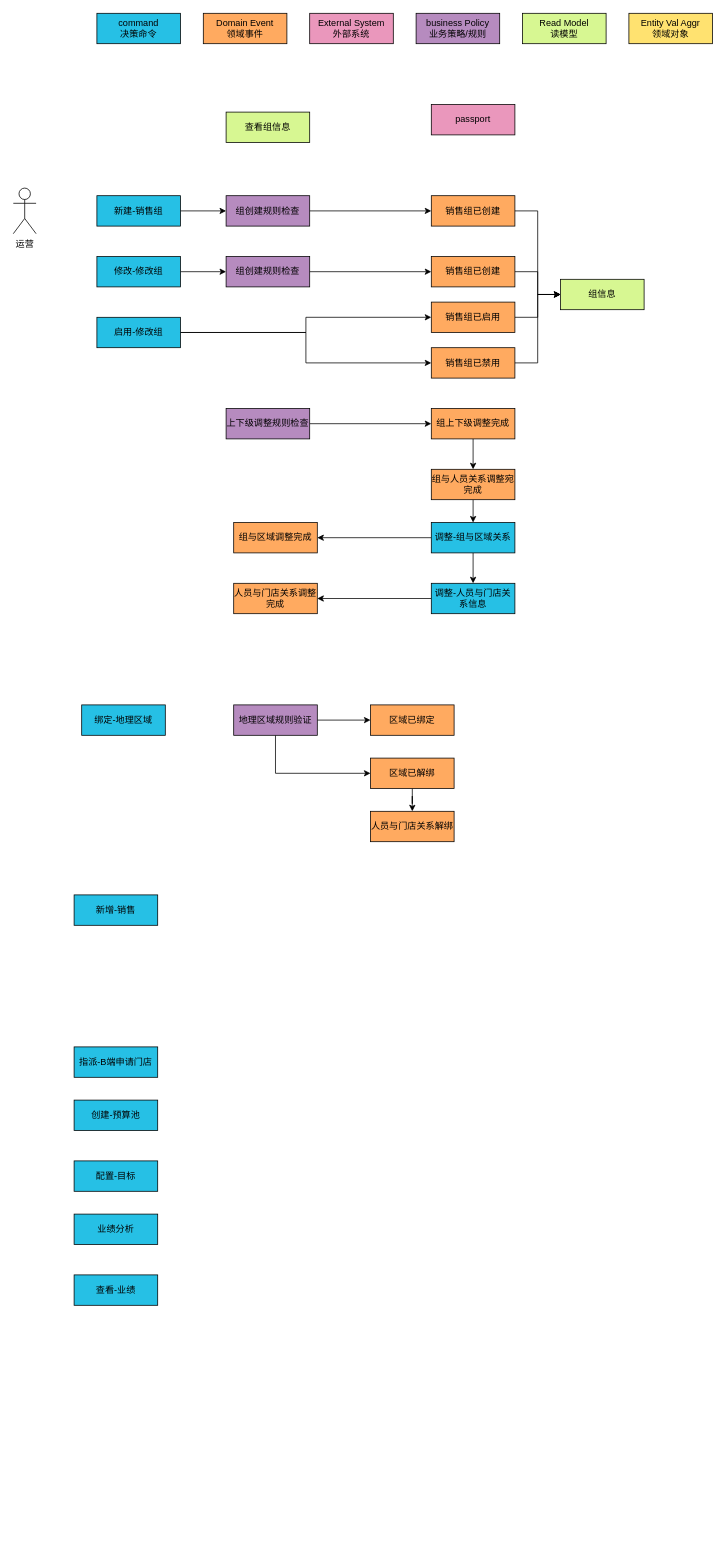
Before: 渠道-事件风暴.drawio in shixiaoding/draw, a draw.io diagram. Source tidied: cells renumbered, new cells numbered last; positions are measured from the earlier drawing's top-left corner, leaving out a move shared by most shapes. Both pictures are drawn from the tidied source at 76%, with x=0, y=0 at pixel (13, 13).
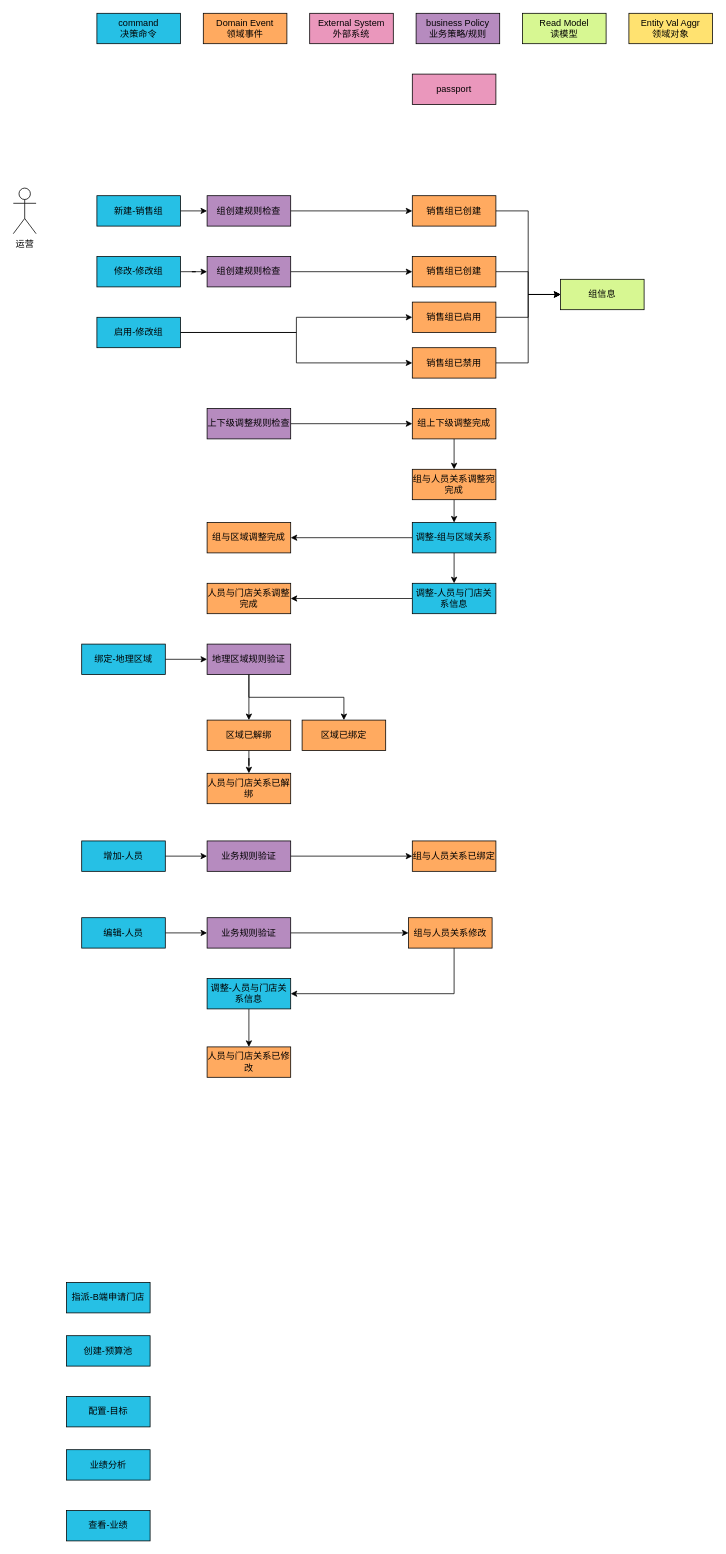
Above is the later version.

Commit message:
更新渠道-事件风暴.drawio

The edit, as a diff of the source:
```diff
@@
+    <mxCell id="58" style="edgeStyle=orthogonalEdgeStyle;rounded=0;jettySize=auto;html=1;entryX=0;entryY=0.5;entryDx=0;entryDy=0;" parent="1" edge="1" source="13" target="50">
+      <mxGeometry relative="1" as="geometry" />
+    </mxCell>
     <mxCell id="13" value="绑定-地理区域" style="rounded=0;whiteSpace=wrap;html=1;fillColor=#26C0E5;" parent="1" vertex="1">
-      <mxGeometry x="90" y="910" width="110" height="40" as="geometry" />
+      <mxGeometry x="90" y="830" width="110" height="40" as="geometry" />
     </mxCell>
+    <mxCell id="59" style="edgeStyle=orthogonalEdgeStyle;rounded=0;jettySize=auto;html=1;entryX=0;entryY=0.5;entryDx=0;entryDy=0;" parent="1" edge="1" source="14" target="61">
+      <mxGeometry relative="1" as="geometry" />
+    </mxCell>
-    <mxCell id="14" value="新增-销售" style="rounded=0;whiteSpace=wrap;html=1;fillColor=#26C0E5;" parent="1" vertex="1">
-      <mxGeometry x="80" y="1160" width="110" height="40" as="geometry" />
+    <mxCell id="14" value="增加-人员" style="rounded=0;whiteSpace=wrap;html=1;fillColor=#26C0E5;" parent="1" vertex="1">
+      <mxGeometry x="90" y="1089" width="110" height="40" as="geometry" />
     </mxCell>
     <mxCell id="15" value="创建-预算池" style="rounded=0;whiteSpace=wrap;html=1;fillColor=#26C0E5;" parent="1" vertex="1">
-      <mxGeometry x="80" y="1430" width="110" height="40" as="geometry" />
+      <mxGeometry x="70" y="1740" width="110" height="40" as="geometry" />
     </mxCell>
     <mxCell id="16" value="passport" style="rounded=0;whiteSpace=wrap;html=1;fillColor=#EA97BC;" parent="1" vertex="1">
-      <mxGeometry x="550" y="120" width="110" height="40" as="geometry" />
+      <mxGeometry x="525" y="80" width="110" height="40" as="geometry" />
     </mxCell>
@@
     <mxCell id="18" value="销售组已创建" style="rounded=0;whiteSpace=wrap;html=1;fillColor=#FFAA60;" parent="1" vertex="1">
-      <mxGeometry x="550" y="240" width="110" height="40" as="geometry" />
+      <mxGeometry x="525" y="240" width="110" height="40" as="geometry" />
     </mxCell>
     <mxCell id="19" value="指派-B端申请门店" style="rounded=0;whiteSpace=wrap;html=1;fillColor=#26C0E5;" parent="1" vertex="1">
-      <mxGeometry x="80" y="1360" width="110" height="40" as="geometry" />
+      <mxGeometry x="70" y="1670" width="110" height="40" as="geometry" />
     </mxCell>
     <mxCell id="20" value="配置-目标" style="rounded=0;whiteSpace=wrap;html=1;fillColor=#26C0E5;" parent="1" vertex="1">
-      <mxGeometry x="80" y="1510" width="110" height="40" as="geometry" />
+      <mxGeometry x="70" y="1820" width="110" height="40" as="geometry" />
     </mxCell>
     <mxCell id="21" value="业绩分析" style="rounded=0;whiteSpace=wrap;html=1;fillColor=#26C0E5;" parent="1" vertex="1">
-      <mxGeometry x="80" y="1580" width="110" height="40" as="geometry" />
+      <mxGeometry x="70" y="1890" width="110" height="40" as="geometry" />
     </mxCell>
     <mxCell id="22" value="查看-业绩" style="rounded=0;whiteSpace=wrap;html=1;fillColor=#26C0E5;" parent="1" vertex="1">
-      <mxGeometry x="80" y="1660" width="110" height="40" as="geometry" />
+      <mxGeometry x="70" y="1970" width="110" height="40" as="geometry" />
     </mxCell>
@@
     <mxCell id="24" value="组创建规则检查" style="rounded=0;whiteSpace=wrap;html=1;fillColor=#B68BBF;" parent="1" vertex="1">
-      <mxGeometry x="280" y="240" width="110" height="40" as="geometry" />
+      <mxGeometry x="255" y="240" width="110" height="40" as="geometry" />
     </mxCell>
-    <mxCell id="25" value="查看组信息" style="rounded=0;whiteSpace=wrap;html=1;fillColor=#D7F792;" parent="1" vertex="1">
-      <mxGeometry x="280" y="130" width="110" height="40" as="geometry" />
-    </mxCell>
@@
     <mxCell id="28" value="组创建规则检查" style="rounded=0;whiteSpace=wrap;html=1;fillColor=#B68BBF;" parent="1" vertex="1">
-      <mxGeometry x="280" y="320" width="110" height="40" as="geometry" />
+      <mxGeometry x="255" y="320" width="110" height="40" as="geometry" />
     </mxCell>
@@
     <mxCell id="30" value="销售组已启用" style="rounded=0;whiteSpace=wrap;html=1;fillColor=#FFAA60;" parent="1" vertex="1">
-      <mxGeometry x="550" y="380" width="110" height="40" as="geometry" />
+      <mxGeometry x="525" y="380" width="110" height="40" as="geometry" />
     </mxCell>
@@
     <mxCell id="32" value="销售组已禁用" style="rounded=0;whiteSpace=wrap;html=1;fillColor=#FFAA60;" parent="1" vertex="1">
-      <mxGeometry x="550" y="440" width="110" height="40" as="geometry" />
+      <mxGeometry x="525" y="440" width="110" height="40" as="geometry" />
     </mxCell>
@@
     <mxCell id="37" value="销售组已创建" style="rounded=0;whiteSpace=wrap;html=1;fillColor=#FFAA60;" parent="1" vertex="1">
-      <mxGeometry x="550" y="320" width="110" height="40" as="geometry" />
+      <mxGeometry x="525" y="320" width="110" height="40" as="geometry" />
     </mxCell>
@@
     <mxCell id="40" value="调整-组与区域关系" style="rounded=0;whiteSpace=wrap;html=1;fillColor=#26C0E5;" parent="1" vertex="1">
-      <mxGeometry x="550" y="670" width="110" height="40" as="geometry" />
+      <mxGeometry x="525" y="670" width="110" height="40" as="geometry" />
     </mxCell>
@@
     <mxCell id="42" value="上下级调整规则检查" style="rounded=0;whiteSpace=wrap;html=1;fillColor=#B68BBF;" parent="1" vertex="1">
-      <mxGeometry x="280" y="520" width="110" height="40" as="geometry" />
+      <mxGeometry x="255" y="520" width="110" height="40" as="geometry" />
     </mxCell>
@@
     <mxCell id="44" value="组上下级调整完成" style="rounded=0;whiteSpace=wrap;html=1;fillColor=#FFAA60;" parent="1" vertex="1">
-      <mxGeometry x="550" y="520" width="110" height="40" as="geometry" />
+      <mxGeometry x="525" y="520" width="110" height="40" as="geometry" />
     </mxCell>
@@
     <mxCell id="46" value="组与人员关系调整宛完成" style="rounded=0;whiteSpace=wrap;html=1;fillColor=#FFAA60;" parent="1" vertex="1">
-      <mxGeometry x="550" y="600" width="110" height="40" as="geometry" />
+      <mxGeometry x="525" y="600" width="110" height="40" as="geometry" />
     </mxCell>
     <mxCell id="47" value="组与区域调整完成" style="rounded=0;whiteSpace=wrap;html=1;fillColor=#FFAA60;" parent="1" vertex="1">
-      <mxGeometry x="290" y="670" width="110" height="40" as="geometry" />
+      <mxGeometry x="255" y="670" width="110" height="40" as="geometry" />
     </mxCell>
+    <mxCell id="49" style="edgeStyle=orthogonalEdgeStyle;rounded=0;jettySize=auto;html=1;exitX=0.5;exitY=1;exitDx=0;exitDy=0;entryX=0.5;entryY=0;entryDx=0;entryDy=0;" parent="1" edge="1" source="50" target="56">
+      <mxGeometry relative="1" as="geometry" />
+    </mxCell>
-    <mxCell id="48" style="edgeStyle=orthogonalEdgeStyle;rounded=0;jettySize=auto;html=1;" parent="1" edge="1" source="50" target="51">
+    <mxCell id="48" style="edgeStyle=orthogonalEdgeStyle;rounded=0;jettySize=auto;html=1;exitX=0.5;exitY=1;exitDx=0;exitDy=0;entryX=0.5;entryY=0;entryDx=0;entryDy=0;" parent="1" edge="1" source="50" target="51">
       <mxGeometry relative="1" as="geometry" />
     </mxCell>
-    <mxCell id="49" style="edgeStyle=orthogonalEdgeStyle;rounded=0;jettySize=auto;html=1;entryX=0;entryY=0.5;entryDx=0;entryDy=0;" parent="1" edge="1" source="50" target="56">
-      <mxGeometry relative="1" as="geometry">
-        <Array as="points">
-          <mxPoint x="345" y="1000" />
-        </Array>
-      </mxGeometry>
-    </mxCell>
     <mxCell id="50" value="地理区域规则验证" style="rounded=0;whiteSpace=wrap;html=1;fillColor=#B68BBF;" parent="1" vertex="1">
-      <mxGeometry x="290" y="910" width="110" height="40" as="geometry" />
+      <mxGeometry x="255" y="830" width="110" height="40" as="geometry" />
     </mxCell>
     <mxCell id="51" value="区域已绑定" style="rounded=0;whiteSpace=wrap;html=1;fillColor=#FFAA60;" parent="1" vertex="1">
-      <mxGeometry x="470" y="910" width="110" height="40" as="geometry" />
+      <mxGeometry x="380" y="930" width="110" height="40" as="geometry" />
     </mxCell>
@@
     <mxCell id="53" value="调整-人员与门店关系信息" style="rounded=0;whiteSpace=wrap;html=1;fillColor=#26C0E5;" parent="1" vertex="1">
-      <mxGeometry x="550" y="750" width="110" height="40" as="geometry" />
+      <mxGeometry x="525" y="750" width="110" height="40" as="geometry" />
     </mxCell>
     <mxCell id="54" value="人员与门店关系调整完成" style="rounded=0;whiteSpace=wrap;html=1;fillColor=#FFAA60;" parent="1" vertex="1">
-      <mxGeometry x="290" y="750" width="110" height="40" as="geometry" />
+      <mxGeometry x="255" y="750" width="110" height="40" as="geometry" />
     </mxCell>
@@
     <mxCell id="56" value="区域已解绑" style="rounded=0;whiteSpace=wrap;html=1;fillColor=#FFAA60;" parent="1" vertex="1">
-      <mxGeometry x="470" y="980" width="110" height="40" as="geometry" />
+      <mxGeometry x="255" y="930" width="110" height="40" as="geometry" />
     </mxCell>
-    <mxCell id="57" value="人员与门店关系解绑" style="rounded=0;whiteSpace=wrap;html=1;fillColor=#FFAA60;" parent="1" vertex="1">
-      <mxGeometry x="470" y="1050" width="110" height="40" as="geometry" />
+    <mxCell id="57" value="人员与门店关系已解绑" style="rounded=0;whiteSpace=wrap;html=1;fillColor=#FFAA60;" parent="1" vertex="1">
+      <mxGeometry x="255" y="1000" width="110" height="40" as="geometry" />
     </mxCell>
+    <mxCell id="60" style="edgeStyle=orthogonalEdgeStyle;rounded=0;jettySize=auto;html=1;" parent="1" edge="1" source="61" target="64">
+      <mxGeometry relative="1" as="geometry" />
+    </mxCell>
+    <mxCell id="61" value="业务规则验证" style="rounded=0;whiteSpace=wrap;html=1;fillColor=#B68BBF;" parent="1" vertex="1">
+      <mxGeometry x="255" y="1089" width="110" height="40" as="geometry" />
+    </mxCell>
+    <mxCell id="62" style="edgeStyle=orthogonalEdgeStyle;rounded=0;jettySize=auto;html=1;entryX=0.5;entryY=0;entryDx=0;entryDy=0;" parent="1" edge="1" source="63" target="71">
+      <mxGeometry relative="1" as="geometry" />
+    </mxCell>
+    <mxCell id="63" value="调整-人员与门店关系信息" style="rounded=0;whiteSpace=wrap;html=1;fillColor=#26C0E5;" parent="1" vertex="1">
+      <mxGeometry x="255" y="1270" width="110" height="40" as="geometry" />
+    </mxCell>
+    <mxCell id="64" value="组与人员关系已绑定" style="rounded=0;whiteSpace=wrap;html=1;fillColor=#FFAA60;" parent="1" vertex="1">
+      <mxGeometry x="525" y="1089" width="110" height="40" as="geometry" />
+    </mxCell>
+    <mxCell id="65" style="edgeStyle=orthogonalEdgeStyle;rounded=0;jettySize=auto;html=1;entryX=0;entryY=0.5;entryDx=0;entryDy=0;" parent="1" edge="1" source="66" target="68">
+      <mxGeometry relative="1" as="geometry" />
+    </mxCell>
+    <mxCell id="66" value="编辑-人员" style="rounded=0;whiteSpace=wrap;html=1;fillColor=#26C0E5;" parent="1" vertex="1">
+      <mxGeometry x="90" y="1190" width="110" height="40" as="geometry" />
+    </mxCell>
+    <mxCell id="67" style="edgeStyle=orthogonalEdgeStyle;rounded=0;jettySize=auto;html=1;entryX=0;entryY=0.5;entryDx=0;entryDy=0;" parent="1" edge="1" source="68" target="70">
+      <mxGeometry relative="1" as="geometry" />
+    </mxCell>
+    <mxCell id="68" value="业务规则验证" style="rounded=0;whiteSpace=wrap;html=1;fillColor=#B68BBF;" parent="1" vertex="1">
+      <mxGeometry x="255" y="1190" width="110" height="40" as="geometry" />
+    </mxCell>
+    <mxCell id="69" style="edgeStyle=orthogonalEdgeStyle;rounded=0;jettySize=auto;html=1;entryX=1;entryY=0.5;entryDx=0;entryDy=0;" parent="1" edge="1" source="70" target="63">
+      <mxGeometry relative="1" as="geometry">
+        <Array as="points">
+          <mxPoint x="580" y="1290" />
+        </Array>
+      </mxGeometry>
+    </mxCell>
+    <mxCell id="70" value="组与人员关系修改" style="rounded=0;whiteSpace=wrap;html=1;fillColor=#FFAA60;" parent="1" vertex="1">
+      <mxGeometry x="520" y="1190" width="110" height="40" as="geometry" />
+    </mxCell>
+    <mxCell id="71" value="人员与门店关系已修改" style="rounded=0;whiteSpace=wrap;html=1;fillColor=#FFAA60;" parent="1" vertex="1">
+      <mxGeometry x="255" y="1360" width="110" height="40" as="geometry" />
+    </mxCell>
```
